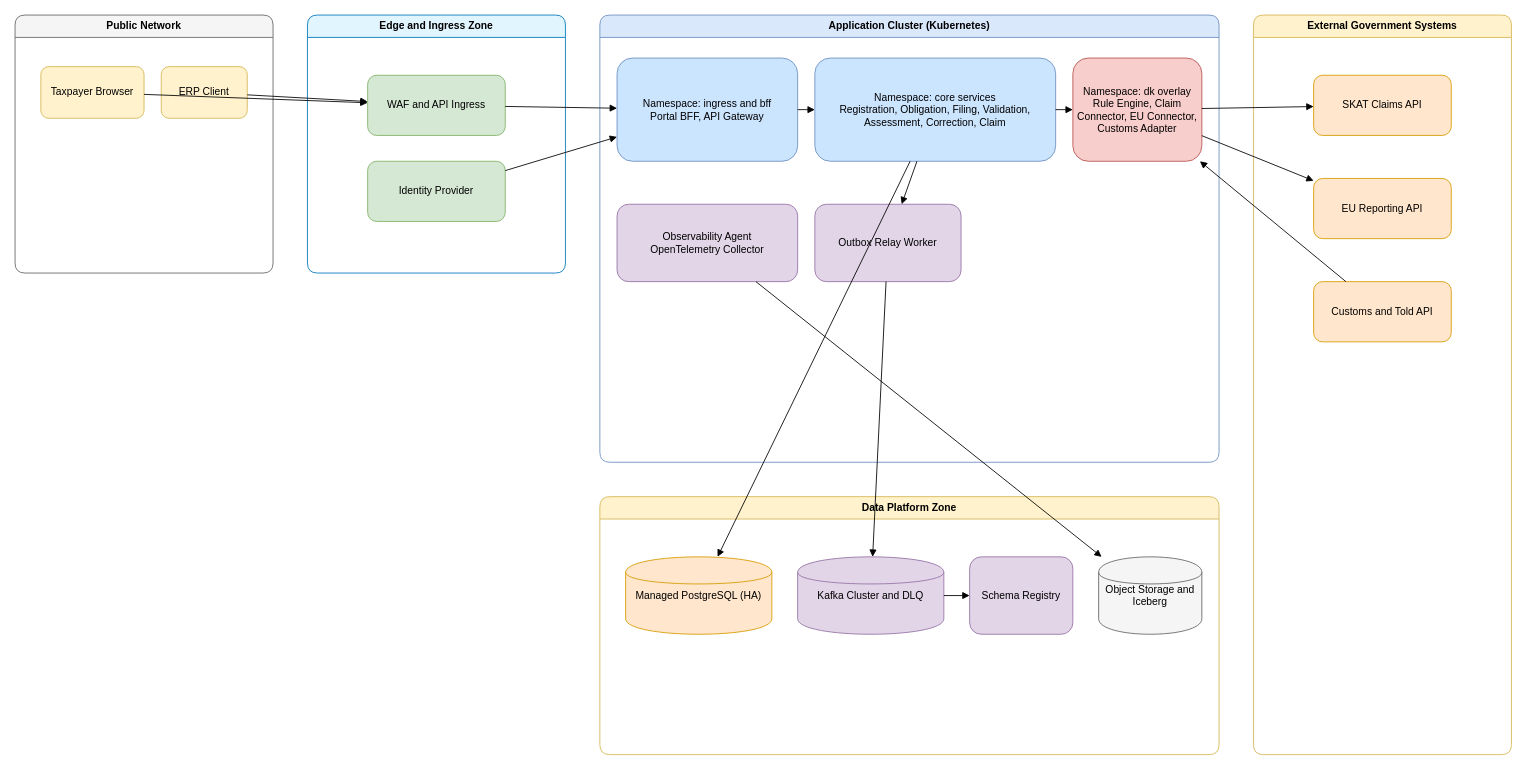
This is design/drawings/deployment-diagram.drawio from nc-tbi/VATRI-Codex, a draw.io file, before an edit. Source tidied: cells renumbered, new cells numbered last; positions are measured from the earlier drawing's top-left corner, leaving out a move shared by most shapes. Both pictures are drawn from the tidied source at 86%, with x=0, y=0 at pixel (15, 15).
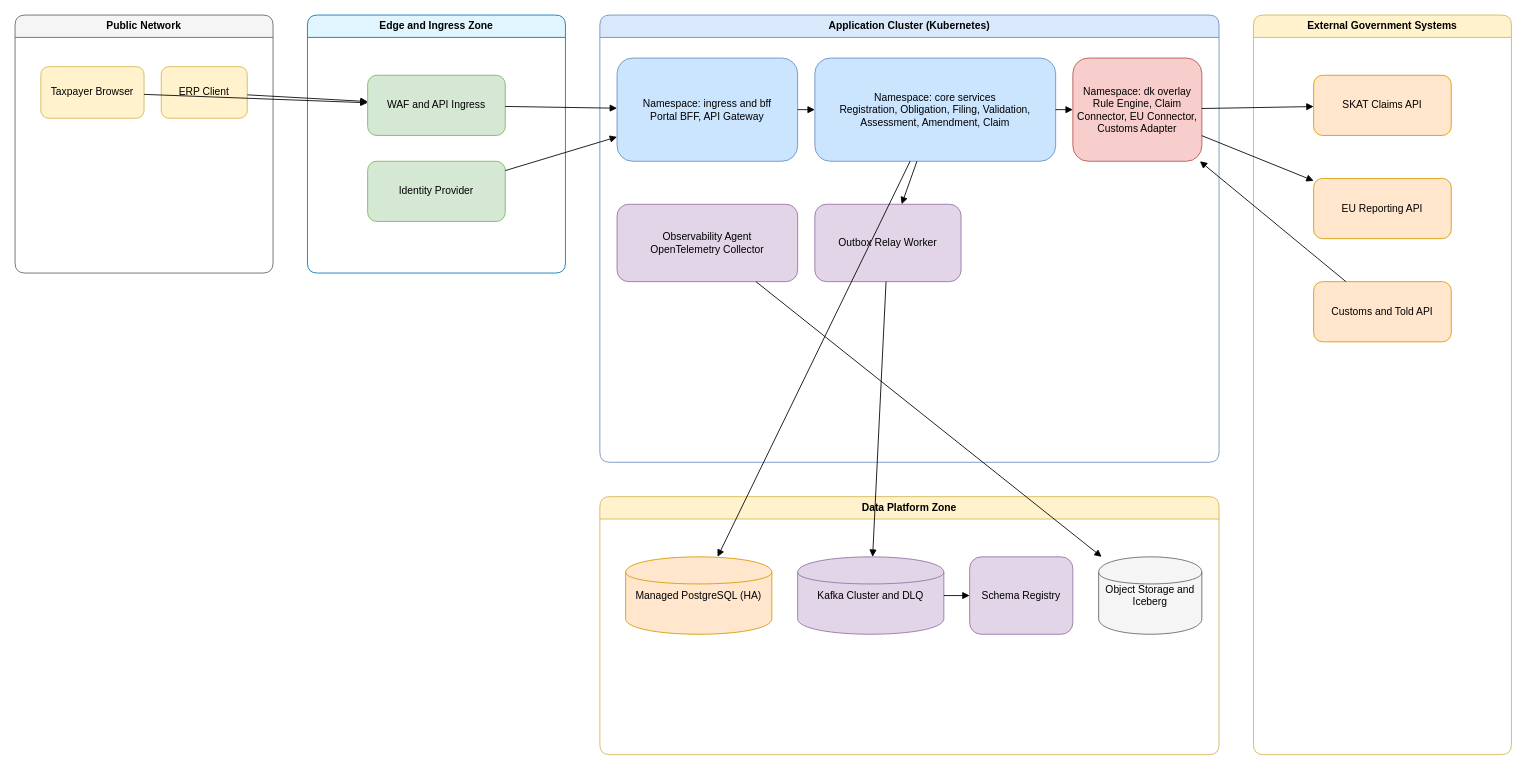
After the change.

Unchanged cells that the change refers to:
```xml
<mxCell id="8" value="Application Cluster (Kubernetes)" style="swimlane;rounded=1;whiteSpace=wrap;html=1;startSize=26;fillColor=#dae8fc;strokeColor=#6c8ebf;" parent="1" vertex="1">
  <mxGeometry x="680" width="720" height="520" as="geometry" />
</mxCell>
```

The edit, as a diff of the source:
```diff
@@
-    <mxCell id="10" value="Namespace: core services&#10;Registration, Obligation, Filing, Validation, Assessment, Correction, Claim" style="rounded=1;whiteSpace=wrap;html=1;fillColor=#cce5ff;strokeColor=#6c8ebf;" parent="8" vertex="1">
+    <mxCell id="10" value="Namespace: core services&#10;Registration, Obligation, Filing, Validation, Assessment, Amendment, Claim" style="rounded=1;whiteSpace=wrap;html=1;fillColor=#cce5ff;strokeColor=#6c8ebf;" parent="8" vertex="1">
       <mxGeometry x="250" y="50" width="280" height="120" as="geometry" />
     </mxCell>
```
